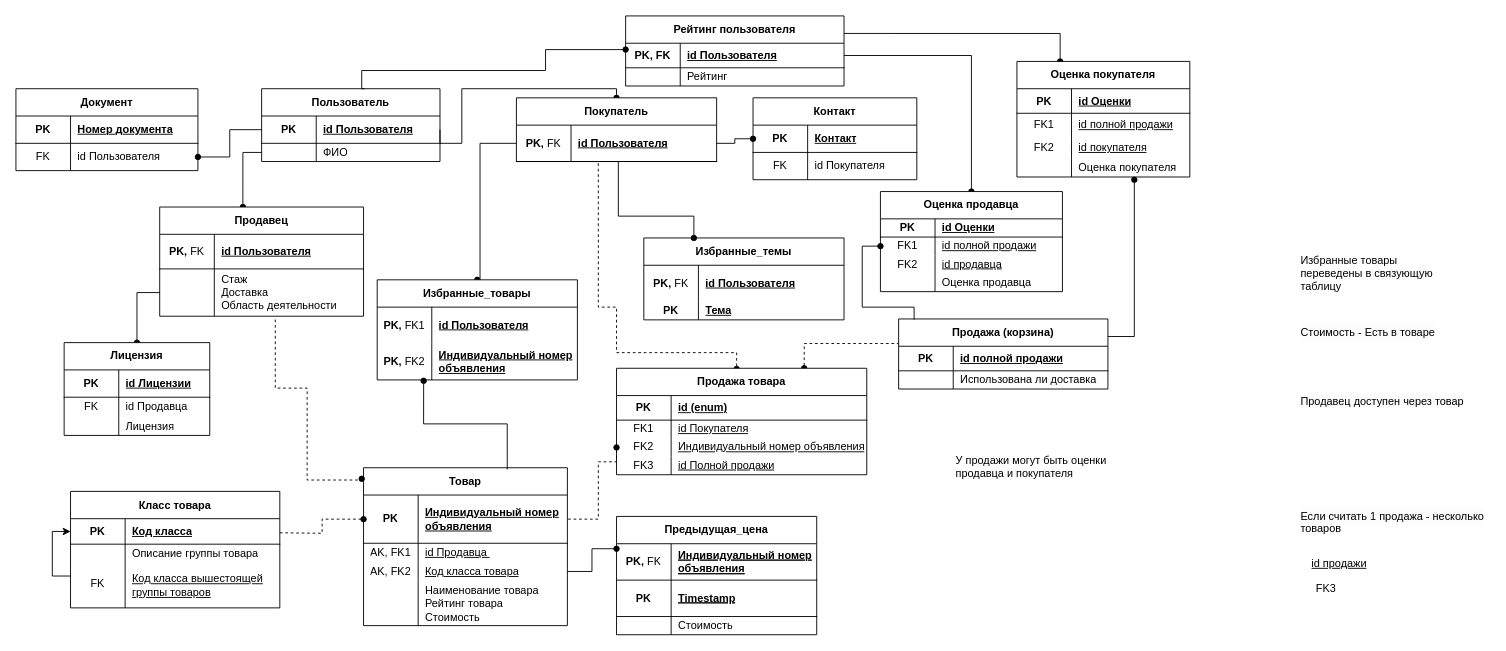
Above: page "Страница — 3" (3 of 3) of Диаграмма без названия.drawio in Djuckman/Compilers2 (draw.io), before the change. Source tidied: cells renumbered, new cells numbered last; positions are measured from the earlier drawing's top-left corner, leaving out a move shared by most shapes. Both pictures are drawn from the tidied source at 91%, with x=0, y=0 at pixel (15, 15).
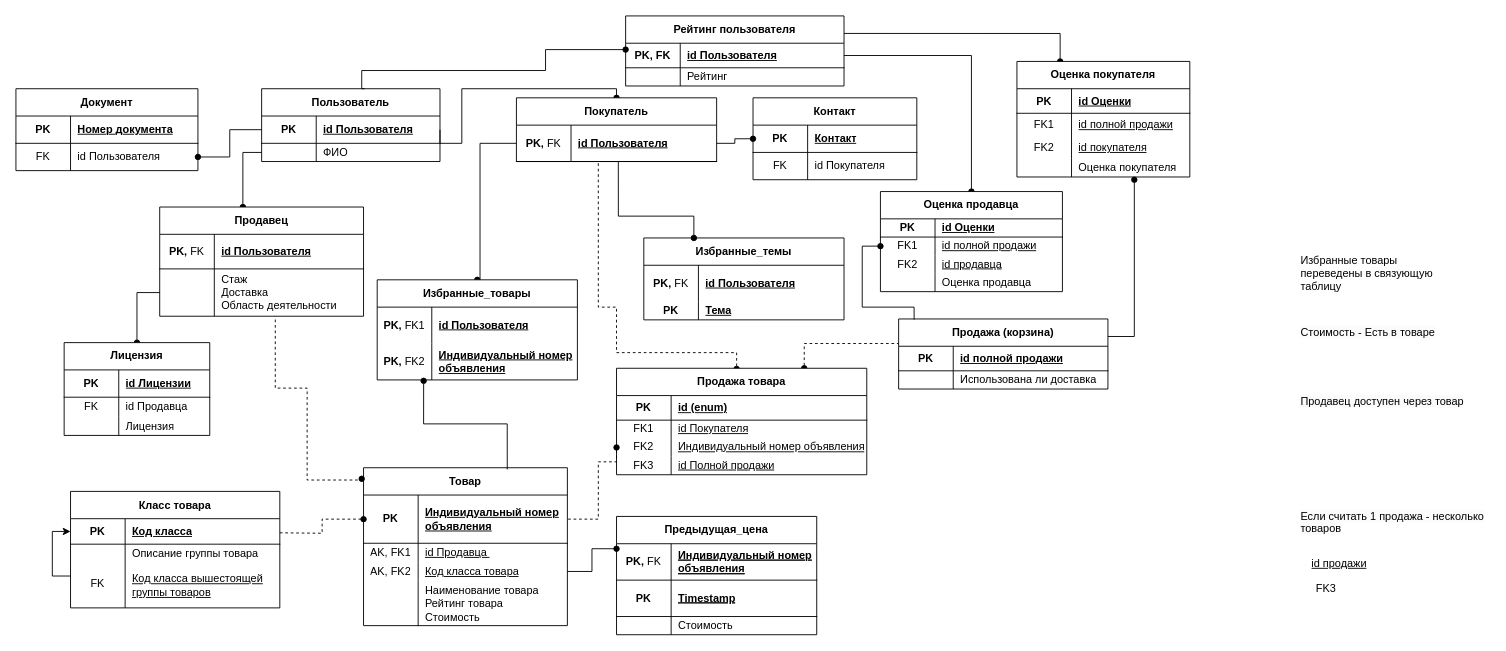
The same page after the edit.

Change to the diagram source:
```diff
@@
-    <mxCell id="155" value="У продажи могут быть оценки продавца и покупателя" style="text;whiteSpace=wrap;html=1;" parent="1" vertex="1">
-      <mxGeometry x="1031" y="475" width="180" height="40" as="geometry" />
-    </mxCell>
```
